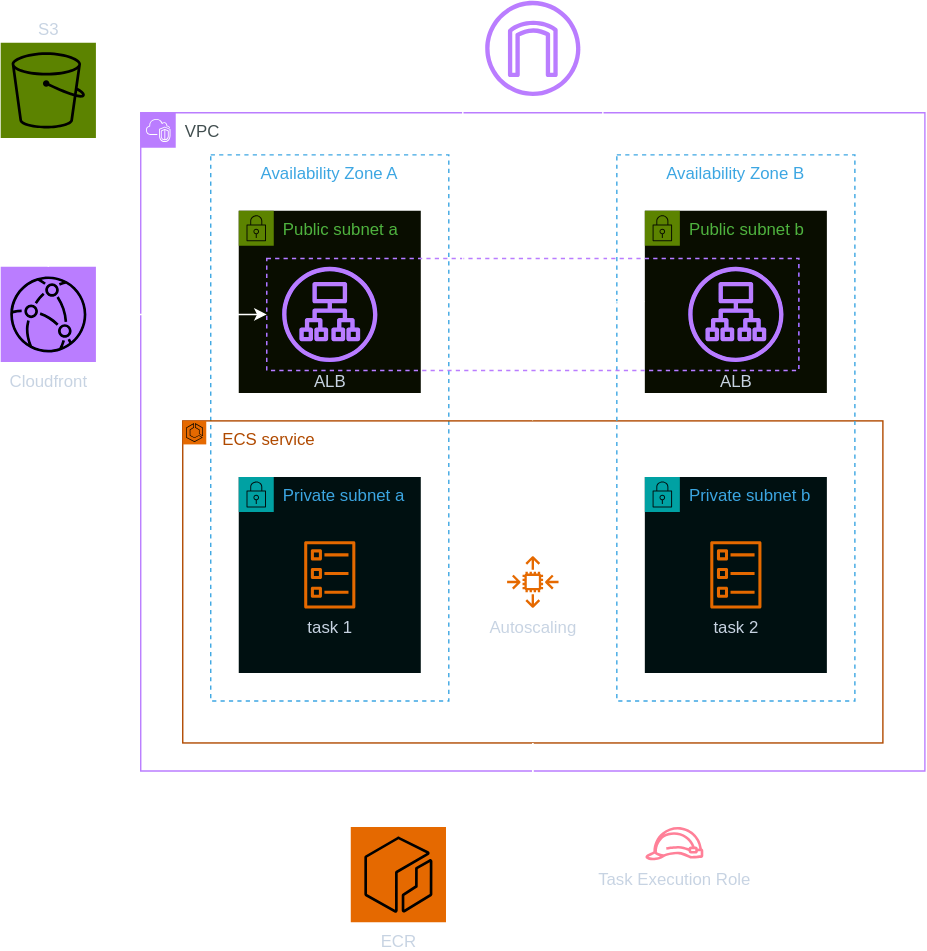
This is docs/media/lab_5_arch.drawio.svg from superluminar-io/aws_advanced_workshop, a draw.io export, as it was before one commit. Source tidied: cells renumbered, new cells last; positions are measured from the earlier drawing's top-left corner, leaving out a move shared by most shapes.
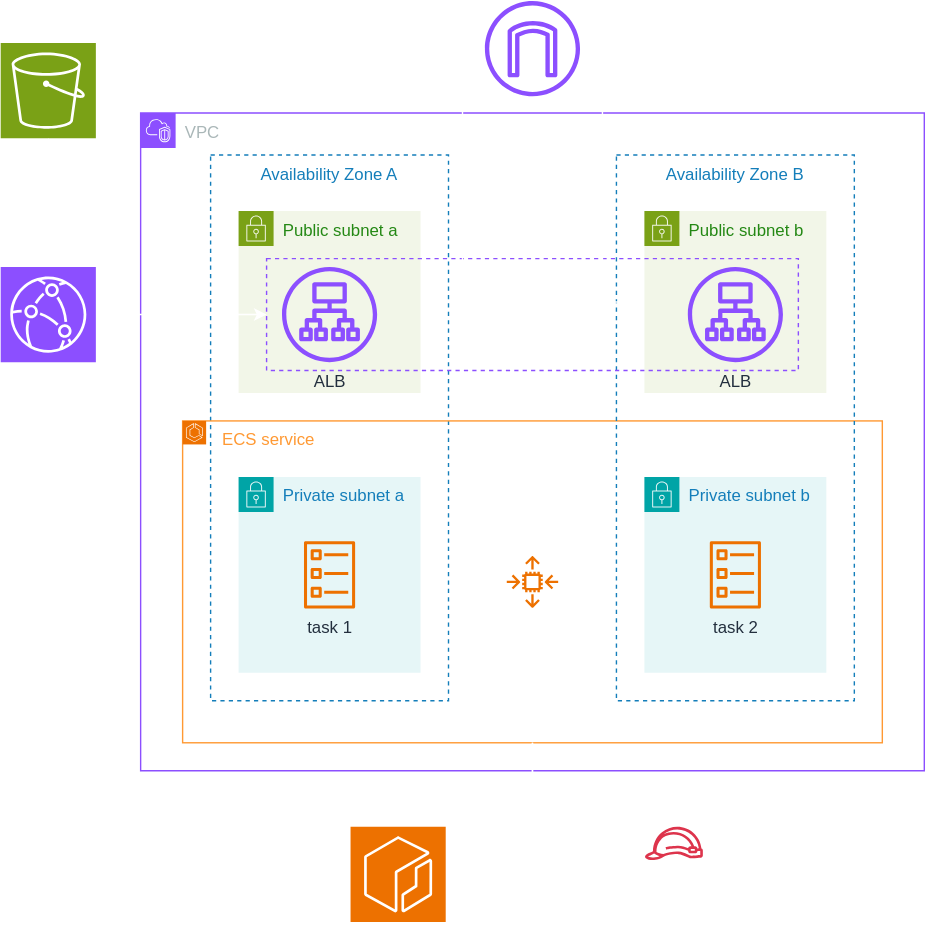
The same diagram one commit later.

Diff of the diagram source:
```diff
@@ -20,7 +20,7 @@
     <mxCell id="7" style="sketch=0;fontColor=#232F3E;fillColor=#ED7100;strokeColor=#ffffff;dashed=0;verticalLabelPosition=bottom;verticalAlign=top;align=center;html=1;fontSize=12;fontStyle=0;shape=mxgraph.aws4.resourceIcon;resIcon=mxgraph.aws4.ecs;" parent="5" vertex="1">
       <mxGeometry width="16.8" height="16.8" as="geometry" />
     </mxCell>
-    <mxCell id="8" value="Autoscaling" style="sketch=0;fontColor=#232F3E;gradientColor=none;fillColor=#ED7100;strokeColor=none;dashed=0;verticalLabelPosition=bottom;verticalAlign=top;align=center;html=1;fontSize=12;fontStyle=0;shape=mxgraph.aws4.auto_scaling2;" parent="5" vertex="1">
+    <mxCell id="8" value="Autoscaling" style="sketch=0;fontColor=#FFFFFF;gradientColor=none;fillColor=#ED7100;strokeColor=none;dashed=0;verticalLabelPosition=bottom;verticalAlign=top;align=center;html=1;fontSize=12;fontStyle=0;shape=mxgraph.aws4.auto_scaling2;" parent="5" vertex="1">
       <mxGeometry x="231.5" y="96.5" width="37" height="37" as="geometry" />
     </mxCell>
     <mxCell id="9" value="Private subnet a" style="gradientColor=none;html=1;whiteSpace=wrap;fontSize=12;fontStyle=0;shape=mxgraph.aws4.group;grIcon=mxgraph.aws4.group_security_group;grStroke=0;strokeColor=#00A4A6;fillColor=#E6F6F7;verticalAlign=top;align=left;spacingLeft=30;fontColor=#147EBA;dashed=0;" parent="2" vertex="1">
@@ -32,14 +32,6 @@
     <mxCell id="11" value="ALB" style="sketch=0;fontColor=#232F3E;gradientColor=none;fillColor=#8C4FFF;strokeColor=none;dashed=0;verticalLabelPosition=bottom;verticalAlign=top;align=center;html=1;fontSize=12;fontStyle=0;shape=mxgraph.aws4.application_load_balancer;" parent="2" vertex="1">
       <mxGeometry x="101" y="110" width="68" height="68" as="geometry" />
     </mxCell>
-    <mxCell id="12" style="edgeStyle=orthogonalEdgeStyle;rounded=0;jettySize=auto;html=1;" parent="2" edge="1" source="18" target="6">
-      <mxGeometry relative="1" as="geometry">
-        <Array as="points">
-          <mxPoint x="280" y="210" />
-          <mxPoint x="280" y="210" />
-        </Array>
-      </mxGeometry>
-    </mxCell>
     <mxCell id="13" value="Availability Zone B" style="fillColor=none;strokeColor=#147EBA;dashed=1;verticalAlign=top;fontStyle=0;fontColor=#147EBA;whiteSpace=wrap;html=1;" parent="2" vertex="1">
       <mxGeometry x="340" y="30" width="170" height="390" as="geometry" />
     </mxCell>
@@ -61,7 +53,7 @@
     <mxCell id="19" style="sketch=0;outlineConnect=0;fontColor=#232F3E;gradientColor=none;fillColor=#8C4FFF;strokeColor=none;dashed=0;verticalLabelPosition=bottom;verticalAlign=top;align=center;html=1;fontSize=12;fontStyle=0;shape=mxgraph.aws4.internet_gateway;" parent="1" vertex="1">
       <mxGeometry x="346" width="68" height="68" as="geometry" />
     </mxCell>
-    <mxCell id="20" style="edgeStyle=orthogonalEdgeStyle;rounded=0;jettySize=auto;html=1;startArrow=classic;startFill=1;" parent="1" edge="1" source="19" target="4">
+    <mxCell id="20" style="edgeStyle=orthogonalEdgeStyle;rounded=0;jettySize=auto;html=1;startArrow=classic;startFill=1;fontColor=#FFFFFF;strokeColor=#FFFFFF;" parent="1" edge="1" source="19" target="4">
       <mxGeometry relative="1" as="geometry">
         <Array as="points">
           <mxPoint x="330" y="34" />
@@ -69,7 +61,7 @@
         </Array>
       </mxGeometry>
     </mxCell>
-    <mxCell id="21" style="edgeStyle=orthogonalEdgeStyle;rounded=0;jettySize=auto;html=1;startArrow=classic;startFill=1;" parent="1" edge="1" source="19" target="14">
+    <mxCell id="21" style="edgeStyle=orthogonalEdgeStyle;rounded=0;jettySize=auto;html=1;startArrow=classic;startFill=1;fontColor=#FFFFFF;strokeColor=#FFFFFF;" parent="1" edge="1" source="19" target="14">
       <mxGeometry relative="1" as="geometry">
         <Array as="points">
           <mxPoint x="430" y="34" />
@@ -77,28 +69,28 @@
         </Array>
       </mxGeometry>
     </mxCell>
-    <mxCell id="22" style="edgeStyle=orthogonalEdgeStyle;rounded=0;jettySize=auto;html=1;entryX=0.5;entryY=1;entryDx=0;entryDy=0;startArrow=classic;startFill=1;endArrow=none;endFill=0;" parent="1" edge="1" source="23" target="6">
+    <mxCell id="22" style="edgeStyle=orthogonalEdgeStyle;rounded=0;jettySize=auto;html=1;entryX=0.5;entryY=1;entryDx=0;entryDy=0;startArrow=classic;startFill=1;endArrow=none;endFill=0;fontColor=#FFFFFF;strokeColor=#FFFFFF;" parent="1" edge="1" source="23" target="6">
       <mxGeometry relative="1" as="geometry" />
     </mxCell>
-    <mxCell id="23" value="ECR" style="sketch=0;points=[[0,0,0],[0.25,0,0],[0.5,0,0],[0.75,0,0],[1,0,0],[0,1,0],[0.25,1,0],[0.5,1,0],[0.75,1,0],[1,1,0],[0,0.25,0],[0,0.5,0],[0,0.75,0],[1,0.25,0],[1,0.5,0],[1,0.75,0]];outlineConnect=0;fontColor=#232F3E;fillColor=#ED7100;strokeColor=#ffffff;dashed=0;verticalLabelPosition=bottom;verticalAlign=top;align=center;html=1;fontSize=12;fontStyle=0;shape=mxgraph.aws4.resourceIcon;resIcon=mxgraph.aws4.ecr;" parent="1" vertex="1">
+    <mxCell id="23" value="ECR" style="sketch=0;points=[[0,0,0],[0.25,0,0],[0.5,0,0],[0.75,0,0],[1,0,0],[0,1,0],[0.25,1,0],[0.5,1,0],[0.75,1,0],[1,1,0],[0,0.25,0],[0,0.5,0],[0,0.75,0],[1,0.25,0],[1,0.5,0],[1,0.75,0]];outlineConnect=0;fontColor=#FFFFFF;fillColor=#ED7100;strokeColor=#ffffff;dashed=0;verticalLabelPosition=bottom;verticalAlign=top;align=center;html=1;fontSize=12;fontStyle=0;shape=mxgraph.aws4.resourceIcon;resIcon=mxgraph.aws4.ecr;" parent="1" vertex="1">
       <mxGeometry x="250" y="590" width="68" height="68" as="geometry" />
     </mxCell>
-    <mxCell id="24" value="Task Execution Role" style="sketch=0;outlineConnect=0;fontColor=#232F3E;gradientColor=none;fillColor=#DD344C;strokeColor=none;dashed=0;verticalLabelPosition=bottom;verticalAlign=top;align=center;html=1;fontSize=12;fontStyle=0;shape=mxgraph.aws4.role;" parent="1" vertex="1">
+    <mxCell id="24" value="Task Execution Role" style="sketch=0;outlineConnect=0;fontColor=#FFFFFF;gradientColor=none;fillColor=#DD344C;strokeColor=none;dashed=0;verticalLabelPosition=bottom;verticalAlign=top;align=center;html=1;fontSize=12;fontStyle=0;shape=mxgraph.aws4.role;" parent="1" vertex="1">
       <mxGeometry x="460" y="590" width="42.2" height="23.8" as="geometry" />
     </mxCell>
-    <mxCell id="25" style="edgeStyle=orthogonalEdgeStyle;rounded=0;jettySize=auto;html=1;" parent="1" edge="1" source="6" target="24">
+    <mxCell id="25" style="edgeStyle=orthogonalEdgeStyle;rounded=0;jettySize=auto;html=1;fontColor=#FFFFFF;strokeColor=#FFFFFF;" parent="1" edge="1" source="6" target="24">
       <mxGeometry relative="1" as="geometry" />
     </mxCell>
-    <mxCell id="26" style="edgeStyle=orthogonalEdgeStyle;rounded=0;jettySize=auto;html=1;entryX=0;entryY=0.5;entryDx=0;entryDy=0;" parent="1" edge="1" source="27" target="18">
+    <mxCell id="26" style="edgeStyle=orthogonalEdgeStyle;rounded=0;jettySize=auto;html=1;entryX=0;entryY=0.5;entryDx=0;entryDy=0;fontColor=#FFFFFF;strokeColor=#FFFFFF;" parent="1" edge="1" source="27" target="18">
       <mxGeometry relative="1" as="geometry" />
     </mxCell>
-    <mxCell id="27" value="Cloudfront" style="sketch=0;points=[[0,0,0],[0.25,0,0],[0.5,0,0],[0.75,0,0],[1,0,0],[0,1,0],[0.25,1,0],[0.5,1,0],[0.75,1,0],[1,1,0],[0,0.25,0],[0,0.5,0],[0,0.75,0],[1,0.25,0],[1,0.5,0],[1,0.75,0]];outlineConnect=0;fontColor=#232F3E;fillColor=#8C4FFF;strokeColor=#ffffff;dashed=0;verticalLabelPosition=bottom;verticalAlign=top;align=center;html=1;fontSize=12;fontStyle=0;shape=mxgraph.aws4.resourceIcon;resIcon=mxgraph.aws4.cloudfront;" parent="1" vertex="1">
+    <mxCell id="27" value="Cloudfront" style="sketch=0;points=[[0,0,0],[0.25,0,0],[0.5,0,0],[0.75,0,0],[1,0,0],[0,1,0],[0.25,1,0],[0.5,1,0],[0.75,1,0],[1,1,0],[0,0.25,0],[0,0.5,0],[0,0.75,0],[1,0.25,0],[1,0.5,0],[1,0.75,0]];outlineConnect=0;fontColor=#FFFFFF;fillColor=#8C4FFF;strokeColor=#ffffff;dashed=0;verticalLabelPosition=bottom;verticalAlign=top;align=center;html=1;fontSize=12;fontStyle=0;shape=mxgraph.aws4.resourceIcon;resIcon=mxgraph.aws4.cloudfront;" parent="1" vertex="1">
       <mxGeometry y="190" width="68" height="68" as="geometry" />
     </mxCell>
-    <mxCell id="28" value="S3" style="sketch=0;points=[[0,0,0],[0.25,0,0],[0.5,0,0],[0.75,0,0],[1,0,0],[0,1,0],[0.25,1,0],[0.5,1,0],[0.75,1,0],[1,1,0],[0,0.25,0],[0,0.5,0],[0,0.75,0],[1,0.25,0],[1,0.5,0],[1,0.75,0]];outlineConnect=0;fontColor=#232F3E;fillColor=#7AA116;strokeColor=#ffffff;dashed=0;verticalLabelPosition=top;verticalAlign=bottom;align=center;html=1;fontSize=12;fontStyle=0;shape=mxgraph.aws4.resourceIcon;resIcon=mxgraph.aws4.s3;labelPosition=center;" parent="1" vertex="1">
+    <mxCell id="28" value="S3" style="sketch=0;points=[[0,0,0],[0.25,0,0],[0.5,0,0],[0.75,0,0],[1,0,0],[0,1,0],[0.25,1,0],[0.5,1,0],[0.75,1,0],[1,1,0],[0,0.25,0],[0,0.5,0],[0,0.75,0],[1,0.25,0],[1,0.5,0],[1,0.75,0]];outlineConnect=0;fontColor=#FFFFFF;fillColor=#7AA116;strokeColor=#ffffff;dashed=0;verticalLabelPosition=top;verticalAlign=bottom;align=center;html=1;fontSize=12;fontStyle=0;shape=mxgraph.aws4.resourceIcon;resIcon=mxgraph.aws4.s3;labelPosition=center;" parent="1" vertex="1">
       <mxGeometry y="30" width="68" height="68" as="geometry" />
     </mxCell>
-    <mxCell id="29" style="edgeStyle=orthogonalEdgeStyle;rounded=0;jettySize=auto;html=1;entryX=0.5;entryY=1;entryDx=0;entryDy=0;entryPerimeter=0;" parent="1" edge="1" source="27" target="28">
+    <mxCell id="29" style="edgeStyle=orthogonalEdgeStyle;rounded=0;jettySize=auto;html=1;entryX=0.5;entryY=1;entryDx=0;entryDy=0;entryPerimeter=0;fontColor=#FFFFFF;strokeColor=#FFFFFF;" parent="1" edge="1" source="27" target="28">
       <mxGeometry relative="1" as="geometry" />
     </mxCell>
   </root>
```
